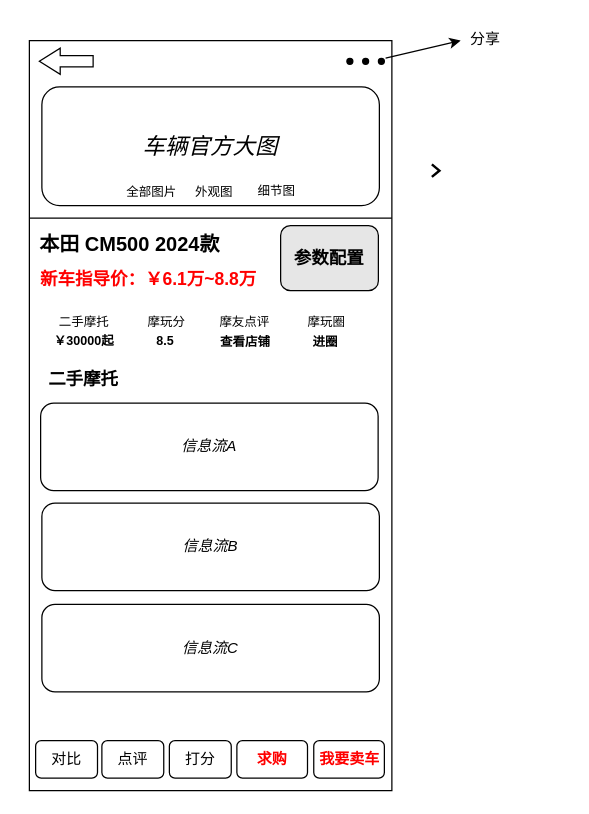
MoWan-inc/sketch keeps this draw.io diagram as page "详情页" (4 of 4) of 下单页.drawio. Above is the earlier version. Source tidied: cells renumbered, new cells numbered last; positions are measured from the earlier drawing's top-left corner, leaving out a move shared by most shapes. Both pictures are drawn from the tidied source at 125%, with x=0, y=0 at pixel (21, 20).
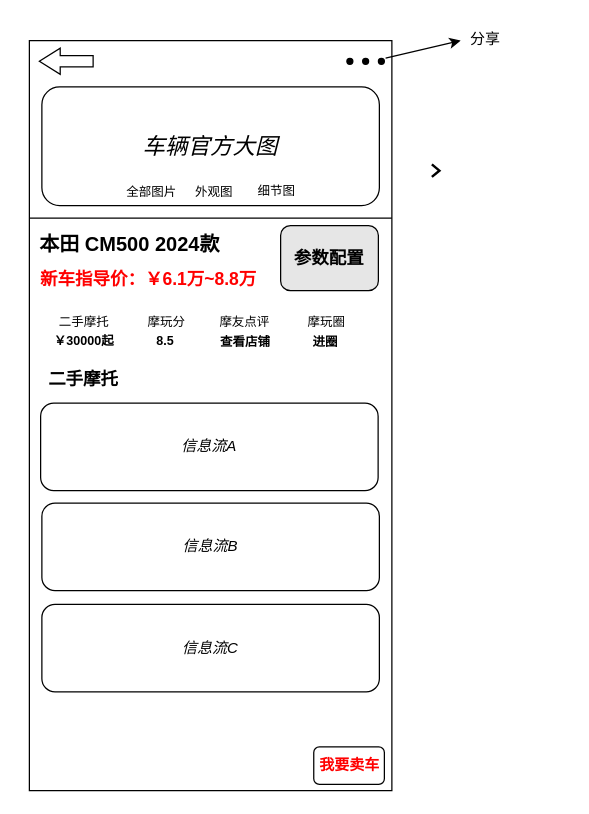
Above is the later version.

Diff of the diagram source:
```diff
@@
-    <mxCell id="22" value="点评" style="rounded=1;whiteSpace=wrap;html=1;" parent="1" vertex="1">
-      <mxGeometry x="64" y="576" width="49.5" height="30" as="geometry" />
-    </mxCell>
-    <mxCell id="23" value="&lt;font style=&quot;color: rgb(255, 0, 0);&quot;&gt;&lt;b&gt;求购&lt;/b&gt;&lt;/font&gt;" style="rounded=1;whiteSpace=wrap;html=1;" parent="1" vertex="1">
-      <mxGeometry x="172" y="576" width="56.5" height="30" as="geometry" />
-    </mxCell>
@@
-    <mxCell id="31" value="对比" style="rounded=1;whiteSpace=wrap;html=1;" parent="1" vertex="1">
-      <mxGeometry x="11" y="576" width="49.5" height="30" as="geometry" />
-    </mxCell>
-    <mxCell id="32" value="打分" style="rounded=1;whiteSpace=wrap;html=1;" parent="1" vertex="1">
-      <mxGeometry x="118" y="576" width="49.5" height="30" as="geometry" />
-    </mxCell>
     <mxCell id="33" value="&lt;font style=&quot;color: rgb(255, 0, 0);&quot;&gt;&lt;b&gt;我要卖车&lt;/b&gt;&lt;/font&gt;" style="rounded=1;whiteSpace=wrap;html=1;" parent="1" vertex="1">
-      <mxGeometry x="233.5" y="576" width="56.5" height="30" as="geometry" />
+      <mxGeometry x="233.5" y="581" width="56.5" height="30" as="geometry" />
     </mxCell>
```
